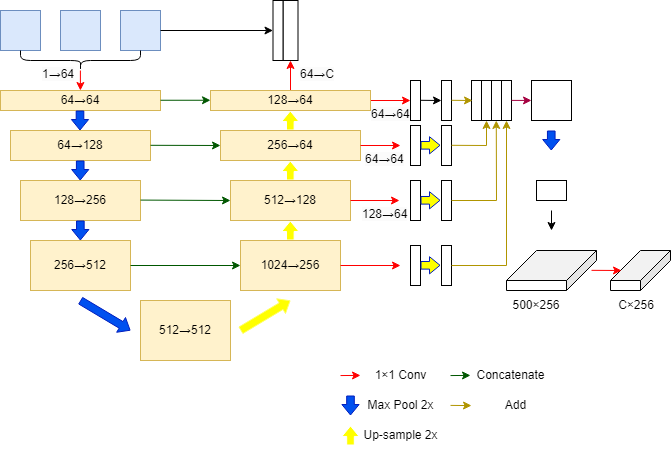
This is test.drawio.png from DemonH-p/self-study, a draw.io export, as it was before one commit. Source tidied: cells renumbered, new cells last; positions are measured from the earlier drawing's top-left corner, leaving out a move shared by most shapes.
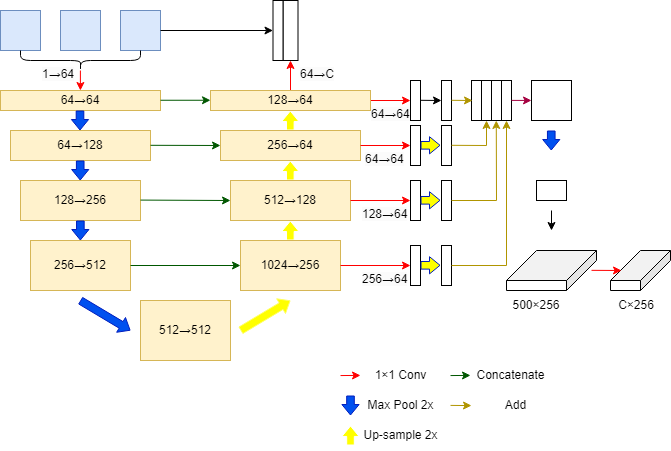
Later version of the same file.

Change to the diagram source:
```diff
@@ -155,27 +155,22 @@
     <mxCell id="32" value="512→128" style="rounded=0;whiteSpace=wrap;html=1;fillColor=#fff2cc;strokeColor=#d6b656;" parent="1" vertex="1">
       <mxGeometry x="230" y="180" width="120" height="40" as="geometry" />
     </mxCell>
-    <mxCell id="33" style="endArrow=classic;html=1;rounded=0;fillColor=#e51400;strokeColor=#ff0000;" parent="1" edge="1">
+    <mxCell id="33" style="endArrow=classic;html=1;rounded=0;fillColor=#e51400;strokeColor=#ff0000;entryX=0;entryY=0.5;entryDx=0;entryDy=0;" parent="1" edge="1" target="34">
       <mxGeometry relative="1" as="geometry">
         <mxPoint x="360" y="145" as="sourcePoint" />
-        <mxPoint x="400" y="145" as="targetPoint" />
       </mxGeometry>
     </mxCell>
     <mxCell id="34" style="rounded=0;whiteSpace=wrap;html=1;" parent="1" vertex="1">
       <mxGeometry x="410" y="125" width="10" height="40" as="geometry" />
     </mxCell>
-    <mxCell id="35" style="endArrow=classic;html=1;rounded=0;fillColor=#e51400;strokeColor=#ff0000;exitX=1;exitY=0.5;exitDx=0;exitDy=0;" parent="1" edge="1" source="32">
-      <mxGeometry relative="1" as="geometry">
-        <mxPoint x="399" y="200" as="targetPoint" />
-      </mxGeometry>
+    <mxCell id="35" style="endArrow=classic;html=1;rounded=0;fillColor=#e51400;strokeColor=#ff0000;exitX=1;exitY=0.5;exitDx=0;exitDy=0;entryX=0;entryY=0.5;entryDx=0;entryDy=0;" parent="1" edge="1" source="32" target="36">
+      <mxGeometry relative="1" as="geometry" />
     </mxCell>
     <mxCell id="36" style="rounded=0;whiteSpace=wrap;html=1;" parent="1" vertex="1">
       <mxGeometry x="410" y="180" width="10" height="40" as="geometry" />
     </mxCell>
-    <mxCell id="37" style="endArrow=classic;html=1;rounded=0;fillColor=#e51400;strokeColor=#ff0000;exitX=1;exitY=0.5;exitDx=0;exitDy=0;" parent="1" edge="1" source="31">
-      <mxGeometry relative="1" as="geometry">
-        <mxPoint x="400" y="265" as="targetPoint" />
-      </mxGeometry>
+    <mxCell id="37" style="endArrow=classic;html=1;rounded=0;fillColor=#e51400;strokeColor=#ff0000;exitX=1;exitY=0.5;exitDx=0;exitDy=0;entryX=0;entryY=0.5;entryDx=0;entryDy=0;" parent="1" edge="1" source="31" target="38">
+      <mxGeometry relative="1" as="geometry" />
     </mxCell>
     <mxCell id="38" style="rounded=0;whiteSpace=wrap;html=1;" parent="1" vertex="1">
       <mxGeometry x="410" y="245" width="10" height="40" as="geometry" />
@@ -378,5 +373,8 @@
     <mxCell id="80" value="&lt;span style=&quot;color: rgb(0, 0, 0); font-family: Helvetica; font-style: normal; font-variant-ligatures: normal; font-variant-caps: normal; font-weight: 400; letter-spacing: normal; orphans: 2; text-align: center; text-indent: 0px; text-transform: none; widows: 2; word-spacing: 0px; -webkit-text-stroke-width: 0px; background-color: rgb(251, 251, 251); text-decoration-thickness: initial; text-decoration-style: initial; text-decoration-color: initial; float: none; display: inline !important;&quot;&gt;&lt;font style=&quot;font-size: 11px;&quot;&gt;128→64&lt;/font&gt;&lt;/span&gt;" style="text;whiteSpace=wrap;html=1;" parent="1" vertex="1">
       <mxGeometry x="360" y="200" width="41" height="20" as="geometry" />
     </mxCell>
+    <mxCell id="81" value="&lt;span style=&quot;color: rgb(0, 0, 0); font-family: Helvetica; font-style: normal; font-variant-ligatures: normal; font-variant-caps: normal; font-weight: 400; letter-spacing: normal; orphans: 2; text-align: center; text-indent: 0px; text-transform: none; widows: 2; word-spacing: 0px; -webkit-text-stroke-width: 0px; background-color: rgb(251, 251, 251); text-decoration-thickness: initial; text-decoration-style: initial; text-decoration-color: initial; float: none; display: inline !important;&quot;&gt;&lt;font style=&quot;font-size: 11px;&quot;&gt;256→64&lt;/font&gt;&lt;/span&gt;" style="text;whiteSpace=wrap;html=1;" parent="1" vertex="1">
+      <mxGeometry x="360" y="265" width="41" height="20" as="geometry" />
+    </mxCell>
   </root>
 </mxGraphModel>
```
